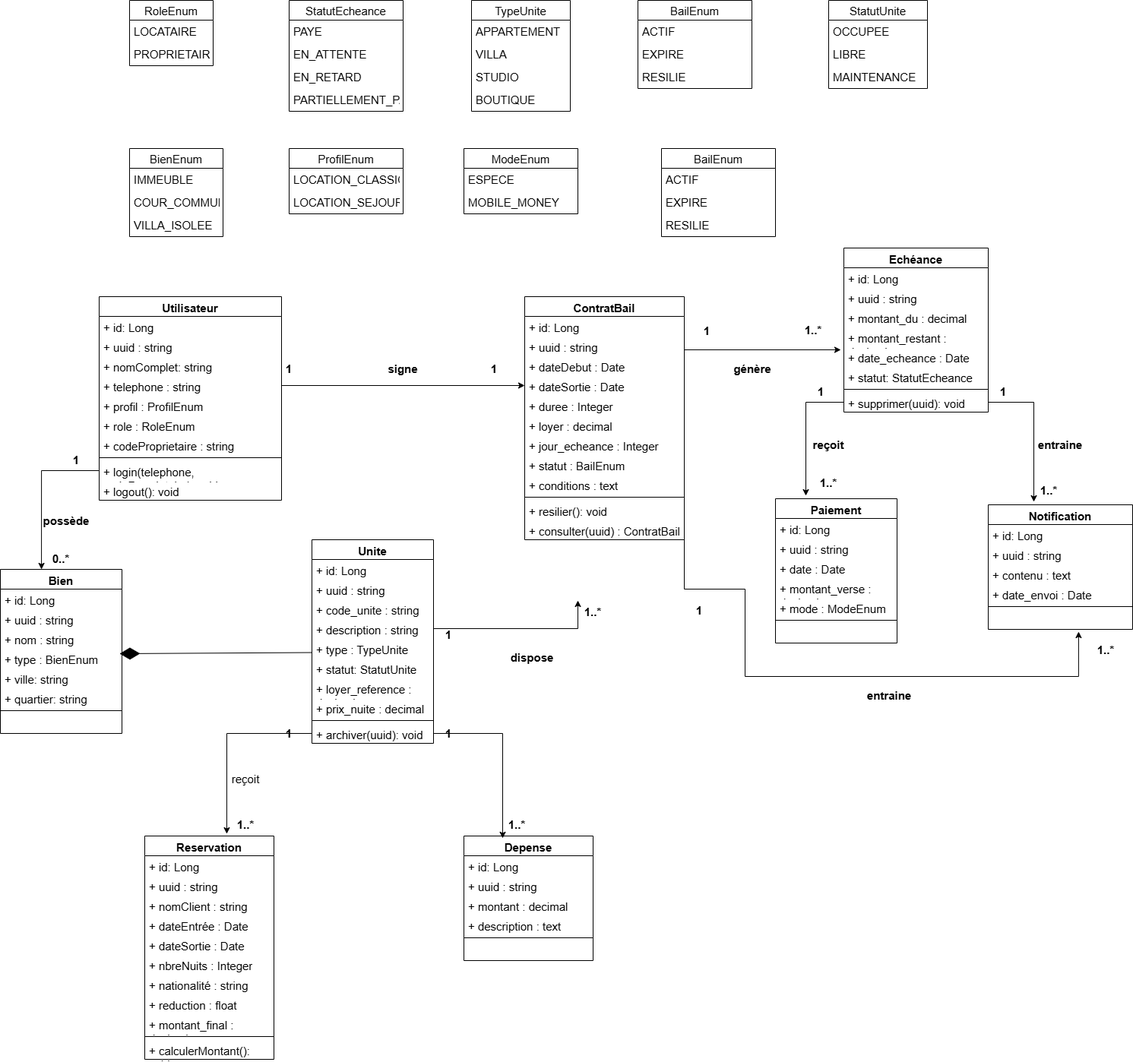
xavierGIT04/Soutenance keeps this draw.io diagram as DIAGRAMME/classe.drawio.png. Above is the earlier version. Source tidied: cells renumbered, new cells last; positions are measured from the earlier drawing's top-left corner, leaving out a move shared by most shapes.
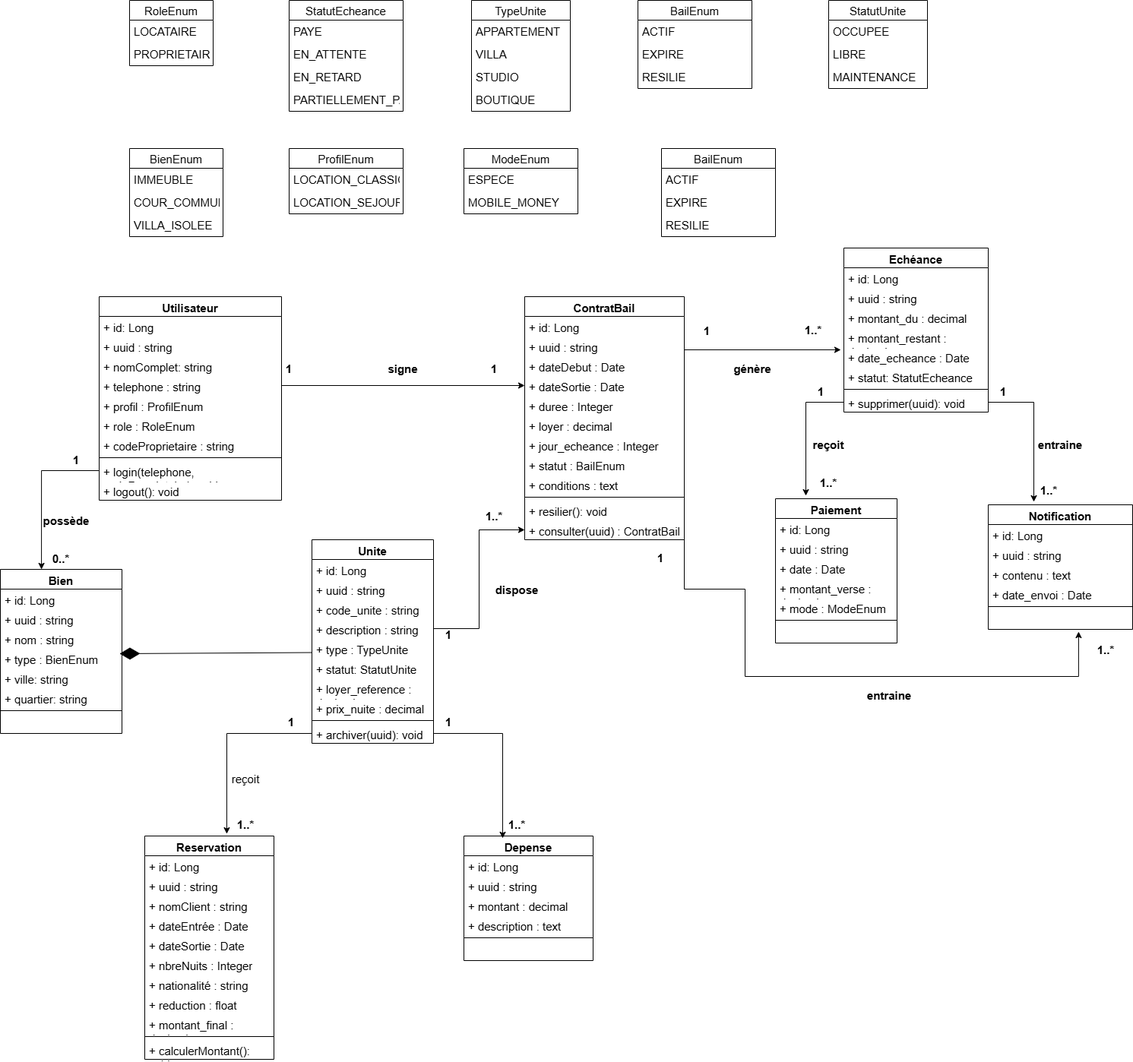
The same diagram one commit later.

Change to the diagram source:
```diff
@@ -92,11 +92,6 @@
     <mxCell id="31" value="+ code_unite : string" style="text;strokeColor=none;fillColor=none;align=left;verticalAlign=top;spacingLeft=4;spacingRight=4;overflow=hidden;whiteSpace=wrap;html=1;fontSize=15;" parent="28" vertex="1">
       <mxGeometry y="78" width="160" height="26" as="geometry" />
     </mxCell>
-    <mxCell id="32" style="edgeStyle=orthogonalEdgeStyle;rounded=0;jettySize=auto;html=1;exitX=1;exitY=0.5;exitDx=0;exitDy=0;fontSize=15;" parent="28" edge="1" source="33">
-      <mxGeometry relative="1" as="geometry">
-        <mxPoint x="350" y="80" as="targetPoint" />
-      </mxGeometry>
-    </mxCell>
     <mxCell id="33" value="+ description : string" style="text;strokeColor=none;fillColor=none;align=left;verticalAlign=top;spacingLeft=4;spacingRight=4;overflow=hidden;points=[[0,0.5],[1,0.5]];portConstraint=eastwest;whiteSpace=wrap;html=1;fontSize=15;" parent="28" vertex="1">
       <mxGeometry y="104" width="160" height="26" as="geometry" />
     </mxCell>
@@ -327,7 +322,7 @@
       <mxGeometry x="350" y="470" width="60" height="30" as="geometry" />
     </mxCell>
     <mxCell id="108" value="&lt;b&gt;&lt;font&gt;1..*&lt;/font&gt;&lt;/b&gt;" style="text;html=1;whiteSpace=wrap;strokeColor=none;fillColor=none;align=center;verticalAlign=middle;rounded=0;fontSize=15;" parent="1" vertex="1">
-      <mxGeometry x="750" y="790" width="60" height="30" as="geometry" />
+      <mxGeometry x="620" y="664" width="60" height="30" as="geometry" />
     </mxCell>
     <mxCell id="109" value="&lt;span&gt;&lt;b&gt;1&lt;/b&gt;&lt;/span&gt;" style="text;html=1;whiteSpace=wrap;strokeColor=none;fillColor=none;align=center;verticalAlign=middle;rounded=0;fontSize=15;" parent="1" vertex="1">
       <mxGeometry x="560" y="820" width="60" height="30" as="geometry" />
@@ -351,7 +346,7 @@
       <mxGeometry x="500" y="470" width="60" height="30" as="geometry" />
     </mxCell>
     <mxCell id="115" value="&lt;b&gt;dispose&lt;/b&gt;" style="text;html=1;whiteSpace=wrap;strokeColor=none;fillColor=none;align=center;verticalAlign=middle;rounded=0;fontSize=15;" parent="1" vertex="1">
-      <mxGeometry x="670" y="850" width="60" height="30" as="geometry" />
+      <mxGeometry x="650" y="761" width="60" height="30" as="geometry" />
     </mxCell>
     <mxCell id="116" style="edgeStyle=orthogonalEdgeStyle;rounded=0;jettySize=auto;html=1;exitX=0;exitY=0.5;exitDx=0;exitDy=0;fontSize=15;" parent="1" edge="1" source="87">
       <mxGeometry relative="1" as="geometry">
@@ -443,7 +438,7 @@
       <mxGeometry x="1365" y="570" width="60" height="30" as="geometry" />
     </mxCell>
     <mxCell id="145" value="&lt;b&gt;1&lt;/b&gt;" style="text;html=1;whiteSpace=wrap;strokeColor=none;fillColor=none;align=center;verticalAlign=middle;rounded=0;fontSize=15;" parent="1" vertex="1">
-      <mxGeometry x="350" y="950" width="60" height="30" as="geometry" />
+      <mxGeometry x="353" y="935" width="60" height="30" as="geometry" />
     </mxCell>
     <mxCell id="146" value="Depense" style="swimlane;fontStyle=1;align=center;verticalAlign=top;horizontal=1;startSize=26;whiteSpace=wrap;html=1;fontSize=15;" parent="1" vertex="1">
       <mxGeometry x="610" y="1100" width="170" height="164" as="geometry" />
@@ -473,7 +468,7 @@
       <mxGeometry x="650" y="1070" width="60" height="30" as="geometry" />
     </mxCell>
     <mxCell id="155" value="&lt;b&gt;1&lt;/b&gt;" style="text;html=1;whiteSpace=wrap;strokeColor=none;fillColor=none;align=center;verticalAlign=middle;rounded=0;fontSize=15;" parent="1" vertex="1">
-      <mxGeometry x="560" y="950" width="60" height="30" as="geometry" />
+      <mxGeometry x="560" y="935" width="60" height="30" as="geometry" />
     </mxCell>
     <mxCell id="156" style="edgeStyle=orthogonalEdgeStyle;rounded=0;jettySize=auto;html=1;exitX=1;exitY=0.5;exitDx=0;exitDy=0;entryX=0.626;entryY=1.115;entryDx=0;entryDy=0;entryPerimeter=0;fontSize=15;" parent="1" edge="1" source="65" target="141">
       <mxGeometry relative="1" as="geometry">
@@ -488,10 +483,13 @@
       <mxGeometry x="1140" y="900" width="60" height="30" as="geometry" />
     </mxCell>
     <mxCell id="158" value="&lt;b&gt;&lt;font&gt;1&lt;/font&gt;&lt;/b&gt;" style="text;html=1;whiteSpace=wrap;strokeColor=none;fillColor=none;align=center;verticalAlign=middle;rounded=0;fontSize=15;" parent="1" vertex="1">
-      <mxGeometry x="890" y="788" width="60" height="30" as="geometry" />
+      <mxGeometry x="839" y="719" width="60" height="30" as="geometry" />
     </mxCell>
     <mxCell id="159" value="&lt;b&gt;&lt;font&gt;1..*&lt;/font&gt;&lt;/b&gt;" style="text;html=1;whiteSpace=wrap;strokeColor=none;fillColor=none;align=center;verticalAlign=middle;rounded=0;fontSize=15;" parent="1" vertex="1">
       <mxGeometry x="1425" y="840" width="60" height="30" as="geometry" />
     </mxCell>
+    <mxCell id="32" style="edgeStyle=orthogonalEdgeStyle;rounded=0;jettySize=auto;html=1;exitX=1;exitY=0.5;exitDx=0;exitDy=0;fontSize=15;" parent="1" edge="1" source="33" target="65">
+      <mxGeometry relative="1" as="geometry" />
+    </mxCell>
   </root>
 </mxGraphModel>
```
